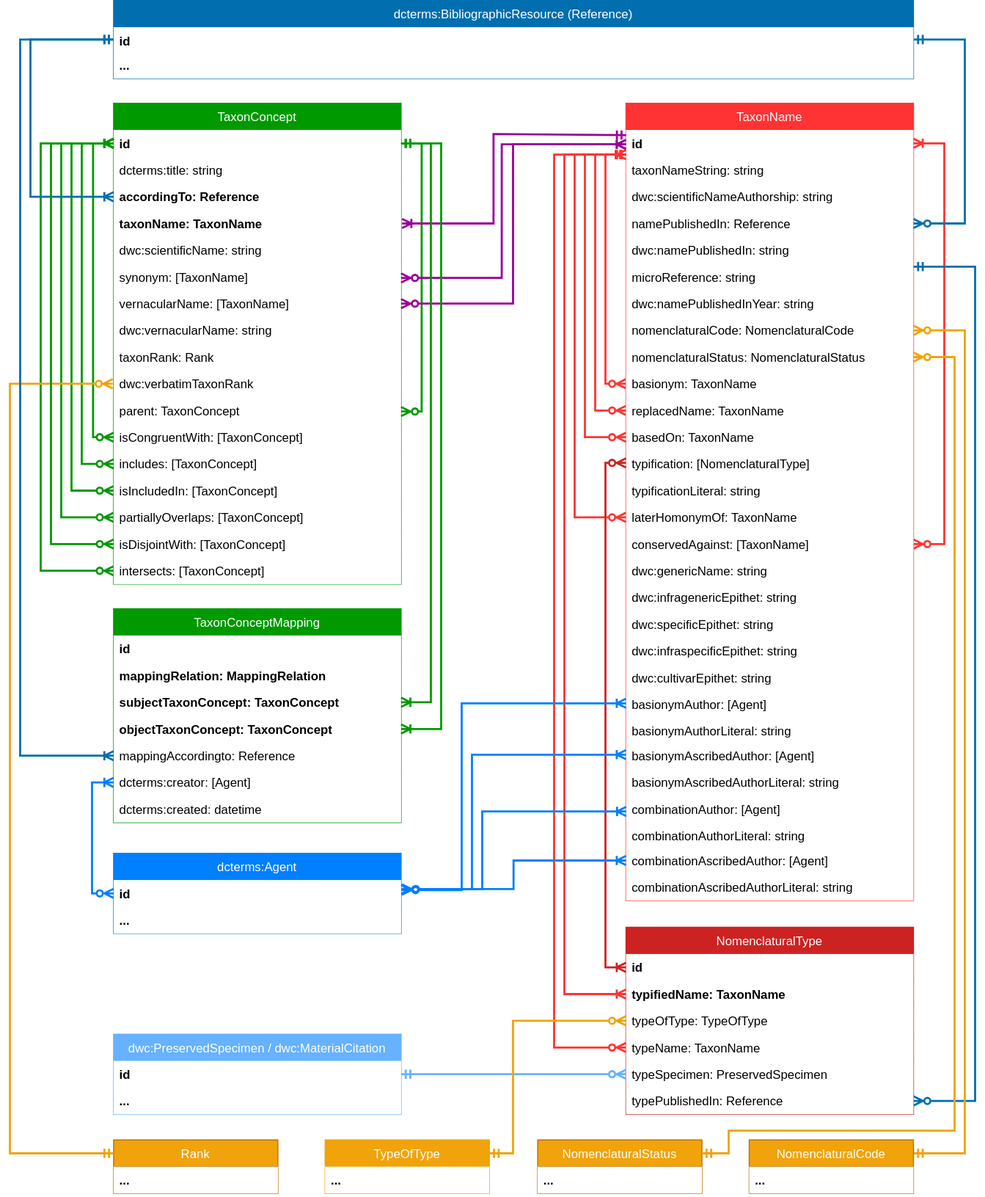
The draw.io diagram docs/media/tcs-diagram.drawio.svg in tdwg/tcs2, before a commit. Source tidied: cells renumbered, new cells last; positions are measured from the earlier drawing's top-left corner, leaving out a move shared by most shapes.
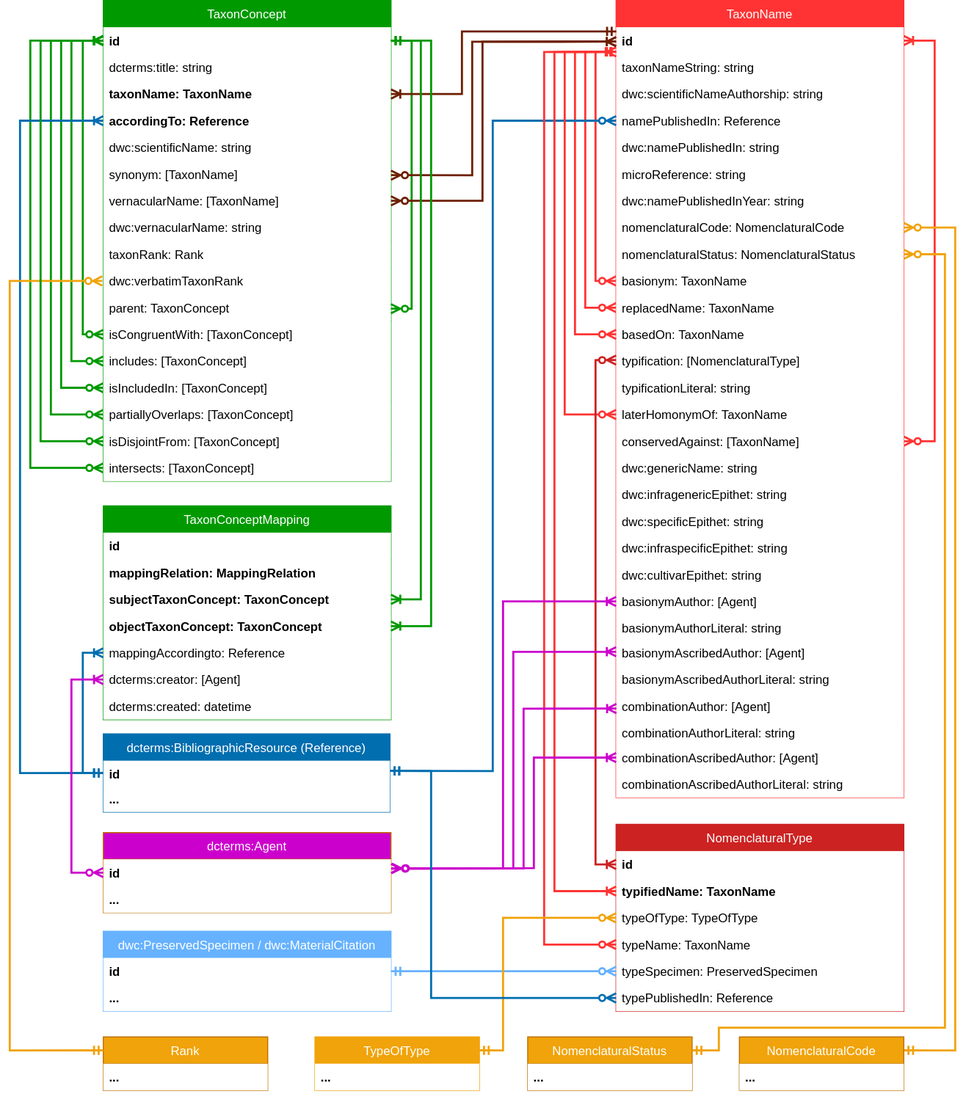
The same diagram one commit later.

Diff of the diagram source:
```diff
@@ -11,12 +11,12 @@
     <mxCell id="4" value="dcterms:title: string" style="text;strokeColor=none;align=left;verticalAlign=top;spacingLeft=4;spacingRight=4;overflow=hidden;fillColor=#ffffff;" parent="2" vertex="1">
       <mxGeometry y="52" width="280" height="26" as="geometry" />
     </mxCell>
+    <mxCell id="6" value="taxonName: TaxonName" style="text;strokeColor=none;align=left;verticalAlign=top;spacingLeft=4;spacingRight=4;overflow=hidden;points=[[0,0.5],[1,0.5]];portConstraint=eastwest;fillColor=#ffffff;fontStyle=1;" parent="2" vertex="1">
+      <mxGeometry y="78" width="280" height="26" as="geometry" />
+    </mxCell>
     <mxCell id="5" value="accordingTo: Reference" style="text;strokeColor=none;align=left;verticalAlign=top;spacingLeft=4;spacingRight=4;overflow=hidden;fillColor=#ffffff;fontStyle=1;" parent="2" vertex="1">
-      <mxGeometry y="78" width="280" height="26" as="geometry" />
+      <mxGeometry y="104" width="280" height="26" as="geometry" />
     </mxCell>
-    <mxCell id="6" value="taxonName: TaxonName" style="text;strokeColor=none;align=left;verticalAlign=top;spacingLeft=4;spacingRight=4;overflow=hidden;points=[[0,0.5],[1,0.5]];portConstraint=eastwest;fillColor=#ffffff;fontStyle=1;" parent="2" vertex="1">
-      <mxGeometry y="104" width="280" height="26" as="geometry" />
-    </mxCell>
     <mxCell id="7" value="dwc:scientificName: string" style="text;strokeColor=none;align=left;verticalAlign=top;spacingLeft=4;spacingRight=4;overflow=hidden;fillColor=#ffffff;" parent="2" vertex="1">
       <mxGeometry y="130" width="280" height="26" as="geometry" />
     </mxCell>
@@ -75,7 +75,7 @@
     <mxCell id="20" value="partiallyOverlaps: [TaxonConcept]" style="text;strokeColor=none;align=left;verticalAlign=top;spacingLeft=4;spacingRight=4;overflow=hidden;points=[[0,0.5],[1,0.5]];portConstraint=eastwest;fillColor=#ffffff;" parent="2" vertex="1">
       <mxGeometry y="390" width="280" height="26" as="geometry" />
     </mxCell>
-    <mxCell id="21" value="isDisjointWith: [TaxonConcept]" style="text;strokeColor=none;align=left;verticalAlign=top;spacingLeft=4;spacingRight=4;overflow=hidden;points=[[0,0.5],[1,0.5]];portConstraint=eastwest;fillColor=#ffffff;" parent="2" vertex="1">
+    <mxCell id="21" value="isDisjointFrom: [TaxonConcept]" style="text;strokeColor=none;align=left;verticalAlign=top;spacingLeft=4;spacingRight=4;overflow=hidden;points=[[0,0.5],[1,0.5]];portConstraint=eastwest;fillColor=#ffffff;" parent="2" vertex="1">
       <mxGeometry y="416" width="280" height="26" as="geometry" />
     </mxCell>
     <mxCell id="22" style="edgeStyle=orthogonalEdgeStyle;rounded=0;jettySize=auto;html=1;entryX=0;entryY=0.5;entryDx=0;entryDy=0;strokeColor=#009900;strokeWidth=2;startArrow=ERzeroToMany;startFill=0;endArrow=ERoneToMany;endFill=0;exitX=0;exitY=0.5;exitDx=0;exitDy=0;" parent="2" edge="1" source="23" target="3">
@@ -256,15 +256,6 @@
     <mxCell id="68" value="typeSpecimen: PreservedSpecimen" style="text;strokeColor=none;align=left;verticalAlign=top;spacingLeft=4;spacingRight=4;overflow=hidden;points=[[0,0.5],[1,0.5]];portConstraint=eastwest;fillColor=#ffffff;" parent="63" vertex="1">
       <mxGeometry y="130" width="280" height="26" as="geometry" />
     </mxCell>
-    <mxCell id="69" style="edgeStyle=orthogonalEdgeStyle;rounded=0;jettySize=auto;html=1;entryX=1;entryY=0.5;entryDx=0;entryDy=0;strokeColor=#006EAF;strokeWidth=2;startArrow=ERzeroToMany;startFill=0;endArrow=ERmandOne;endFill=0;exitX=1;exitY=0.5;exitDx=0;exitDy=0;" parent="63" edge="1" source="70">
-      <mxGeometry relative="1" as="geometry">
-        <mxPoint x="280" y="-643" as="targetPoint" />
-        <Array as="points">
-          <mxPoint x="340" y="169" />
-          <mxPoint x="340" y="-643" />
-        </Array>
-      </mxGeometry>
-    </mxCell>
     <mxCell id="70" value="typePublishedIn: Reference" style="text;strokeColor=none;align=left;verticalAlign=top;spacingLeft=4;spacingRight=4;overflow=hidden;points=[[0,0.5],[1,0.5]];portConstraint=eastwest;fillColor=#ffffff;" parent="63" vertex="1">
       <mxGeometry y="156" width="280" height="26" as="geometry" />
     </mxCell>
@@ -286,30 +277,30 @@
     <mxCell id="76" value="..." style="text;strokeColor=none;align=left;verticalAlign=top;spacingLeft=4;spacingRight=4;overflow=hidden;fontStyle=1;fillColor=#ffffff;" parent="75" vertex="1">
       <mxGeometry y="26" width="160" height="26" as="geometry" />
     </mxCell>
-    <mxCell id="77" style="edgeStyle=orthogonalEdgeStyle;rounded=0;orthogonalLoop=1;jettySize=auto;html=1;endArrow=ERmandOne;startArrow=ERoneToMany;exitX=1;exitY=0.5;exitDx=0;exitDy=0;strokeColor=#990099;strokeWidth=2;startFill=0;entryX=-0.003;entryY=0.191;entryDx=0;entryDy=0;entryPerimeter=0;" parent="1" edge="1">
+    <mxCell id="77" style="edgeStyle=orthogonalEdgeStyle;rounded=0;jettySize=auto;html=1;endArrow=ERmandOne;startArrow=ERoneToMany;exitX=1;exitY=0.5;exitDx=0;exitDy=0;strokeColor=#6D1F00;strokeWidth=2;startFill=0;entryX=-0.003;entryY=0.191;entryDx=0;entryDy=0;entryPerimeter=0;fillColor=#a0522d;" parent="1" edge="1" source="6">
       <mxGeometry relative="1" as="geometry">
-        <mxPoint x="382" y="217" as="sourcePoint" />
         <mxPoint x="600.2" y="131" as="targetPoint" />
         <Array as="points">
-          <mxPoint x="471" y="217" />
-          <mxPoint x="471" y="130" />
+          <mxPoint x="450" y="191" />
+          <mxPoint x="450" y="130" />
+          <mxPoint x="600" y="130" />
         </Array>
       </mxGeometry>
     </mxCell>
-    <mxCell id="78" style="edgeStyle=orthogonalEdgeStyle;rounded=0;jettySize=auto;html=1;entryX=0;entryY=0.5;entryDx=0;entryDy=0;startArrow=ERoneToMany;endArrow=ERmandOne;strokeColor=#006EAF;strokeWidth=2;exitX=0;exitY=0.5;exitDx=0;exitDy=0;startFill=0;" parent="1" edge="1" target="84">
+    <mxCell id="78" style="edgeStyle=orthogonalEdgeStyle;rounded=0;jettySize=auto;html=1;entryX=0;entryY=0.5;entryDx=0;entryDy=0;startArrow=ERoneToMany;endArrow=ERmandOne;strokeColor=#006EAF;strokeWidth=2;exitX=0;exitY=0.25;exitDx=0;exitDy=0;startFill=0;" parent="1" edge="1" source="2" target="84">
       <mxGeometry relative="1" as="geometry">
-        <mxPoint x="101" y="191" as="sourcePoint" />
         <Array as="points">
-          <mxPoint x="20" y="191" />
-          <mxPoint x="20" y="38" />
+          <mxPoint x="20" y="217" />
+          <mxPoint x="20" y="852" />
         </Array>
       </mxGeometry>
     </mxCell>
-    <mxCell id="79" style="edgeStyle=orthogonalEdgeStyle;rounded=0;jettySize=auto;html=1;startArrow=ERzeroToMany;endArrow=ERmandOne;exitX=1;exitY=0.5;exitDx=0;exitDy=0;strokeColor=#006EAF;strokeWidth=2;entryX=1;entryY=0.5;entryDx=0;entryDy=0;" parent="1" edge="1" source="30" target="84">
+    <mxCell id="79" style="edgeStyle=orthogonalEdgeStyle;rounded=0;jettySize=auto;html=1;startArrow=ERzeroToMany;endArrow=ERmandOne;exitX=0;exitY=0.5;exitDx=0;exitDy=0;strokeColor=#006EAF;strokeWidth=2;" parent="1" edge="1" source="30">
       <mxGeometry relative="1" as="geometry">
+        <mxPoint x="380" y="850" as="targetPoint" />
         <Array as="points">
-          <mxPoint x="930" y="217" />
-          <mxPoint x="930" y="38" />
+          <mxPoint x="480" y="217" />
+          <mxPoint x="480" y="850" />
         </Array>
       </mxGeometry>
     </mxCell>
@@ -343,13 +334,13 @@
       </mxGeometry>
     </mxCell>
     <mxCell id="84" value="dcterms:BibliographicResource (Reference)" style="swimlane;fontStyle=0;horizontal=1;startSize=26;strokeWidth=1;strokeColor=#006EAF;fontColor=#ffffff;fillColor=#006EAF;" parent="1" vertex="1">
-      <mxGeometry x="101" width="779" height="76" as="geometry" />
+      <mxGeometry x="101" y="814" width="279" height="76" as="geometry" />
     </mxCell>
     <mxCell id="85" value="id" style="text;strokeColor=none;align=left;verticalAlign=top;spacingLeft=4;spacingRight=4;overflow=hidden;points=[[0,0.5],[1,0.5]];portConstraint=eastwest;fontStyle=1;fillColor=#ffffff;" parent="84" vertex="1">
-      <mxGeometry y="26" width="779" height="24" as="geometry" />
+      <mxGeometry y="26" width="279" height="24" as="geometry" />
     </mxCell>
     <mxCell id="86" value="..." style="text;strokeColor=none;align=left;verticalAlign=top;spacingLeft=4;spacingRight=4;overflow=hidden;fontStyle=1;fillColor=#ffffff;" parent="84" vertex="1">
-      <mxGeometry y="50" width="779" height="26" as="geometry" />
+      <mxGeometry y="50" width="279" height="26" as="geometry" />
     </mxCell>
     <mxCell id="87" style="edgeStyle=orthogonalEdgeStyle;rounded=0;jettySize=auto;html=1;strokeColor=#F0A30A;strokeWidth=2;startArrow=ERzeroToMany;endArrow=ERmandOne;endFill=0;entryX=1;entryY=0.25;entryDx=0;entryDy=0;exitX=1;exitY=0.5;exitDx=0;exitDy=0;" parent="1" edge="1" source="34" target="89">
       <mxGeometry relative="1" as="geometry">
@@ -375,23 +366,22 @@
     <mxCell id="90" value="..." style="text;strokeColor=none;align=left;verticalAlign=top;spacingLeft=4;spacingRight=4;overflow=hidden;fontStyle=1;fillColor=#ffffff;" parent="89" vertex="1">
       <mxGeometry y="26" width="160" height="26" as="geometry" />
     </mxCell>
-    <mxCell id="91" style="edgeStyle=orthogonalEdgeStyle;rounded=0;jettySize=auto;html=1;startArrow=ERzeroToMany;startFill=1;endArrow=ERoneToMany;endFill=0;strokeColor=#990099;strokeWidth=2;exitX=1;exitY=0.5;exitDx=0;exitDy=0;" parent="1" edge="1" source="9">
+    <mxCell id="91" style="edgeStyle=orthogonalEdgeStyle;rounded=0;jettySize=auto;html=1;startArrow=ERzeroToMany;startFill=1;endArrow=ERoneToMany;endFill=0;strokeColor=#6D1F00;strokeWidth=2;exitX=1;exitY=0.5;exitDx=0;exitDy=0;fillColor=#a0522d;" parent="1" edge="1" source="9">
       <mxGeometry relative="1" as="geometry">
         <mxPoint x="600" y="140" as="targetPoint" />
         <Array as="points">
-          <mxPoint x="490" y="295" />
-          <mxPoint x="490" y="140" />
+          <mxPoint x="470" y="295" />
+          <mxPoint x="470" y="140" />
         </Array>
       </mxGeometry>
     </mxCell>
-    <mxCell id="92" style="edgeStyle=orthogonalEdgeStyle;rounded=0;orthogonalLoop=1;jettySize=auto;html=1;startArrow=ERzeroToMany;startFill=1;endArrow=ERoneToMany;endFill=0;strokeColor=#990099;strokeWidth=2;" parent="1" edge="1">
+    <mxCell id="92" style="edgeStyle=orthogonalEdgeStyle;rounded=0;orthogonalLoop=1;jettySize=auto;html=1;startArrow=ERzeroToMany;startFill=1;endArrow=ERoneToMany;endFill=0;strokeColor=#6D1F00;strokeWidth=2;fillColor=#a0522d;" parent="1" edge="1">
       <mxGeometry relative="1" as="geometry">
         <mxPoint x="381" y="270" as="sourcePoint" />
         <mxPoint x="600" y="140" as="targetPoint" />
         <Array as="points">
-          <mxPoint x="479" y="270" />
-          <mxPoint x="479" y="140" />
-          <mxPoint x="599" y="140" />
+          <mxPoint x="460" y="270" />
+          <mxPoint x="460" y="140" />
         </Array>
       </mxGeometry>
     </mxCell>
@@ -399,8 +389,8 @@
       <mxGeometry relative="1" as="geometry">
         <mxPoint x="100" y="373" as="sourcePoint" />
         <Array as="points">
-          <mxPoint y="373" />
-          <mxPoint y="1122" />
+          <mxPoint x="10" y="373" />
+          <mxPoint x="10" y="1122" />
         </Array>
       </mxGeometry>
     </mxCell>
@@ -447,8 +437,8 @@
     <mxCell id="104" style="edgeStyle=orthogonalEdgeStyle;rounded=0;jettySize=auto;html=1;entryX=0;entryY=0.5;entryDx=0;entryDy=0;strokeColor=#006EAF;strokeWidth=2;startArrow=ERoneToMany;startFill=0;endArrow=ERmandOne;endFill=0;exitX=0;exitY=0.5;exitDx=0;exitDy=0;" parent="1" edge="1" source="99" target="85">
       <mxGeometry relative="1" as="geometry">
         <Array as="points">
-          <mxPoint x="10" y="735" />
-          <mxPoint x="10" y="38" />
+          <mxPoint x="81" y="735" />
+          <mxPoint x="81" y="852" />
         </Array>
       </mxGeometry>
     </mxCell>
@@ -479,8 +469,8 @@
         </Array>
       </mxGeometry>
     </mxCell>
-    <mxCell id="108" value="dcterms:Agent" style="swimlane;fontStyle=0;horizontal=1;startSize=26;fillColor=#007FFF;strokeWidth=1;fontColor=#ffffff;strokeColor=#007FFF;" parent="1" vertex="1">
-      <mxGeometry x="101" y="830" width="280" height="78" as="geometry" />
+    <mxCell id="108" value="dcterms:Agent" style="swimlane;fontStyle=0;horizontal=1;startSize=26;fillColor=#CC00CC;strokeWidth=1;fontColor=#FFFFFF;strokeColor=#BD7000;" parent="1" vertex="1">
+      <mxGeometry x="101" y="910" width="280" height="78" as="geometry" />
     </mxCell>
     <mxCell id="109" value="id" style="text;strokeColor=none;align=left;verticalAlign=top;spacingLeft=4;spacingRight=4;overflow=hidden;points=[[0,0.5],[1,0.5]];portConstraint=eastwest;fontStyle=1;fillColor=#ffffff;" parent="108" vertex="1">
       <mxGeometry y="26" width="280" height="26" as="geometry" />
@@ -488,43 +478,56 @@
     <mxCell id="110" value="..." style="text;strokeColor=none;align=left;verticalAlign=top;spacingLeft=4;spacingRight=4;overflow=hidden;fontStyle=1;fillColor=#ffffff;" parent="108" vertex="1">
       <mxGeometry y="52" width="280" height="26" as="geometry" />
     </mxCell>
-    <mxCell id="111" style="edgeStyle=orthogonalEdgeStyle;rounded=0;jettySize=auto;html=1;strokeWidth=2;strokeColor=#007FFF;startArrow=ERoneToMany;endArrow=ERzeroToMany;exitX=0;exitY=0.5;exitDx=0;exitDy=0;endFill=0;startFill=0;entryX=1.002;entryY=0.379;entryDx=0;entryDy=0;entryPerimeter=0;" parent="1" edge="1" target="109">
+    <mxCell id="111" style="edgeStyle=orthogonalEdgeStyle;rounded=0;jettySize=auto;html=1;strokeWidth=2;strokeColor=#CC00CC;startArrow=ERoneToMany;endArrow=ERzeroToMany;exitX=0;exitY=0.5;exitDx=0;exitDy=0;endFill=0;startFill=0;entryX=1.002;entryY=0.379;entryDx=0;entryDy=0;entryPerimeter=0;" parent="1" edge="1" source="52">
       <mxGeometry relative="1" as="geometry">
-        <mxPoint x="600" y="684" as="sourcePoint" />
+        <mxPoint x="381.6" y="944.9" as="targetPoint" />
         <Array as="points">
-          <mxPoint x="440" y="684" />
-          <mxPoint x="440" y="865" />
-          <mxPoint x="382" y="865" />
+          <mxPoint x="490" y="685" />
+          <mxPoint x="490" y="945" />
         </Array>
       </mxGeometry>
     </mxCell>
-    <mxCell id="112" style="edgeStyle=orthogonalEdgeStyle;rounded=0;jettySize=auto;html=1;strokeWidth=2;strokeColor=#007FFF;startArrow=ERoneToMany;endArrow=ERzeroToMany;exitX=0;exitY=0.5;exitDx=0;exitDy=0;endFill=0;startFill=0;entryX=1.001;entryY=0.347;entryDx=0;entryDy=0;entryPerimeter=0;" parent="1" edge="1" target="109">
+    <mxCell id="112" style="edgeStyle=orthogonalEdgeStyle;rounded=0;jettySize=auto;html=1;strokeWidth=2;strokeColor=#CC00CC;startArrow=ERoneToMany;endArrow=ERzeroToMany;exitX=0;exitY=0.5;exitDx=0;exitDy=0;endFill=0;startFill=0;entryX=1.001;entryY=0.347;entryDx=0;entryDy=0;entryPerimeter=0;" parent="1" edge="1" target="109">
       <mxGeometry relative="1" as="geometry">
         <mxPoint x="600" y="734" as="sourcePoint" />
         <Array as="points">
-          <mxPoint x="450" y="734" />
-          <mxPoint x="450" y="865" />
+          <mxPoint x="500" y="734" />
+          <mxPoint x="500" y="945" />
         </Array>
       </mxGeometry>
     </mxCell>
-    <mxCell id="113" style="edgeStyle=orthogonalEdgeStyle;rounded=0;jettySize=auto;html=1;strokeWidth=2;strokeColor=#007FFF;startArrow=ERoneToMany;endArrow=ERzeroToMany;exitX=0.001;exitY=0.587;exitDx=0;exitDy=0;endFill=0;startFill=0;exitPerimeter=0;entryX=1.001;entryY=0.347;entryDx=0;entryDy=0;entryPerimeter=0;" parent="1" edge="1" source="56" target="109">
+    <mxCell id="113" style="edgeStyle=orthogonalEdgeStyle;rounded=0;jettySize=auto;html=1;strokeWidth=2;strokeColor=#CC00CC;startArrow=ERoneToMany;endArrow=ERzeroToMany;exitX=0.001;exitY=0.587;exitDx=0;exitDy=0;endFill=0;startFill=0;exitPerimeter=0;entryX=1.001;entryY=0.347;entryDx=0;entryDy=0;entryPerimeter=0;" parent="1" edge="1" source="56" target="109">
       <mxGeometry relative="1" as="geometry">
         <Array as="points">
-          <mxPoint x="460" y="789" />
-          <mxPoint x="460" y="865" />
+          <mxPoint x="510" y="789" />
+          <mxPoint x="510" y="945" />
         </Array>
       </mxGeometry>
     </mxCell>
-    <mxCell id="114" style="edgeStyle=orthogonalEdgeStyle;rounded=0;jettySize=auto;html=1;strokeWidth=2;strokeColor=#007FFF;startArrow=ERoneToMany;endArrow=ERzeroToMany;exitX=0;exitY=0.5;exitDx=0;exitDy=0;endFill=0;startFill=0;entryX=1.003;entryY=0.336;entryDx=0;entryDy=0;entryPerimeter=0;" parent="1" edge="1" source="58" target="109">
-      <mxGeometry relative="1" as="geometry" />
+    <mxCell id="114" style="edgeStyle=orthogonalEdgeStyle;rounded=0;jettySize=auto;html=1;strokeWidth=2;strokeColor=#CC00CC;startArrow=ERoneToMany;endArrow=ERzeroToMany;exitX=0;exitY=0.5;exitDx=0;exitDy=0;endFill=0;startFill=0;entryX=1.003;entryY=0.336;entryDx=0;entryDy=0;entryPerimeter=0;" parent="1" edge="1" source="58" target="109">
+      <mxGeometry relative="1" as="geometry">
+        <Array as="points">
+          <mxPoint x="520" y="837" />
+          <mxPoint x="520" y="945" />
+        </Array>
+      </mxGeometry>
     </mxCell>
-    <mxCell id="115" style="edgeStyle=orthogonalEdgeStyle;rounded=0;jettySize=auto;html=1;strokeWidth=2;strokeColor=#007FFF;startArrow=ERoneToMany;endArrow=ERzeroToMany;exitX=0;exitY=0.5;exitDx=0;exitDy=0;entryX=0;entryY=0.5;entryDx=0;entryDy=0;endFill=0;startFill=0;" parent="1" edge="1" source="100" target="108">
+    <mxCell id="115" style="edgeStyle=orthogonalEdgeStyle;rounded=0;jettySize=auto;html=1;strokeWidth=2;strokeColor=#CC00CC;startArrow=ERoneToMany;endArrow=ERzeroToMany;exitX=0;exitY=0.5;exitDx=0;exitDy=0;entryX=0;entryY=0.5;entryDx=0;entryDy=0;endFill=0;startFill=0;" parent="1" edge="1" source="100" target="108">
       <mxGeometry relative="1" as="geometry">
         <Array as="points">
-          <mxPoint x="80" y="761" />
-          <mxPoint x="80" y="869" />
+          <mxPoint x="70" y="761" />
+          <mxPoint x="70" y="949" />
         </Array>
       </mxGeometry>
     </mxCell>
+    <mxCell id="69" style="edgeStyle=orthogonalEdgeStyle;rounded=0;jettySize=auto;html=1;strokeColor=#006EAF;strokeWidth=2;startArrow=ERzeroToMany;startFill=0;endArrow=ERmandOne;endFill=0;exitX=0;exitY=0.5;exitDx=0;exitDy=0;entryX=1;entryY=0.5;entryDx=0;entryDy=0;" parent="1" edge="1" source="70">
+      <mxGeometry relative="1" as="geometry">
+        <mxPoint x="380" y="850" as="targetPoint" />
+        <Array as="points">
+          <mxPoint x="420" y="1071" />
+          <mxPoint x="420" y="850" />
+        </Array>
+      </mxGeometry>
+    </mxCell>
   </root>
 </mxGraphModel>
```
